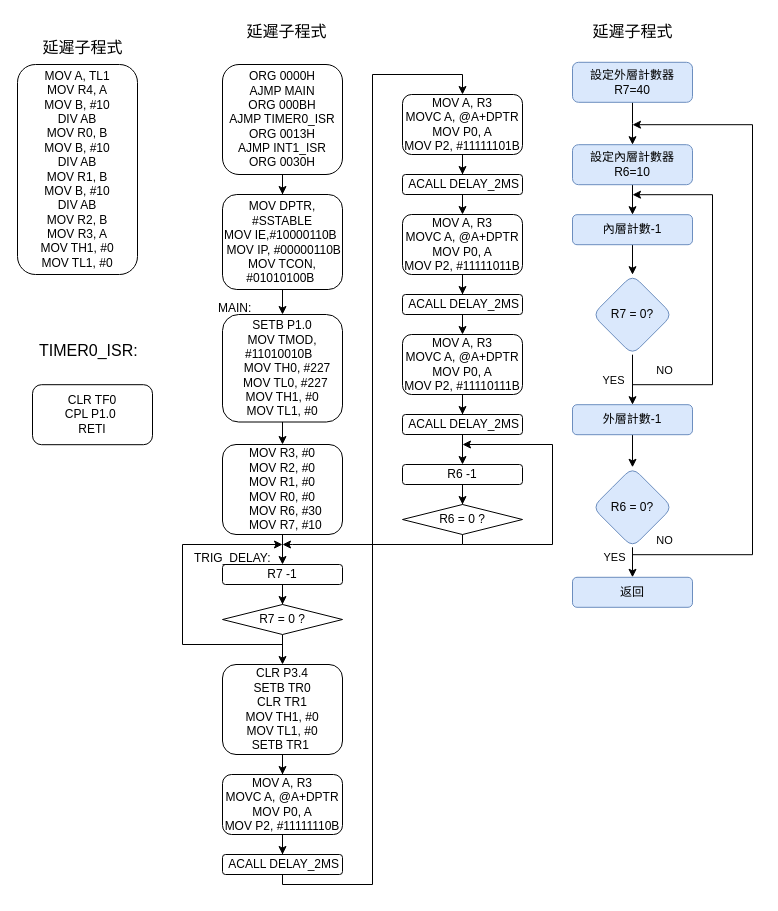
Earlier version of the draw.io diagram page "第 9 页" (9 of 9) of 未命名绘图.drawio (piting1104/se2). Source tidied: cells renumbered, new cells numbered last; positions are measured from the earlier drawing's top-left corner, leaving out a move shared by most shapes. Both pictures are drawn from the tidied source at 100%, with x=0, y=0 at pixel (17, 16).
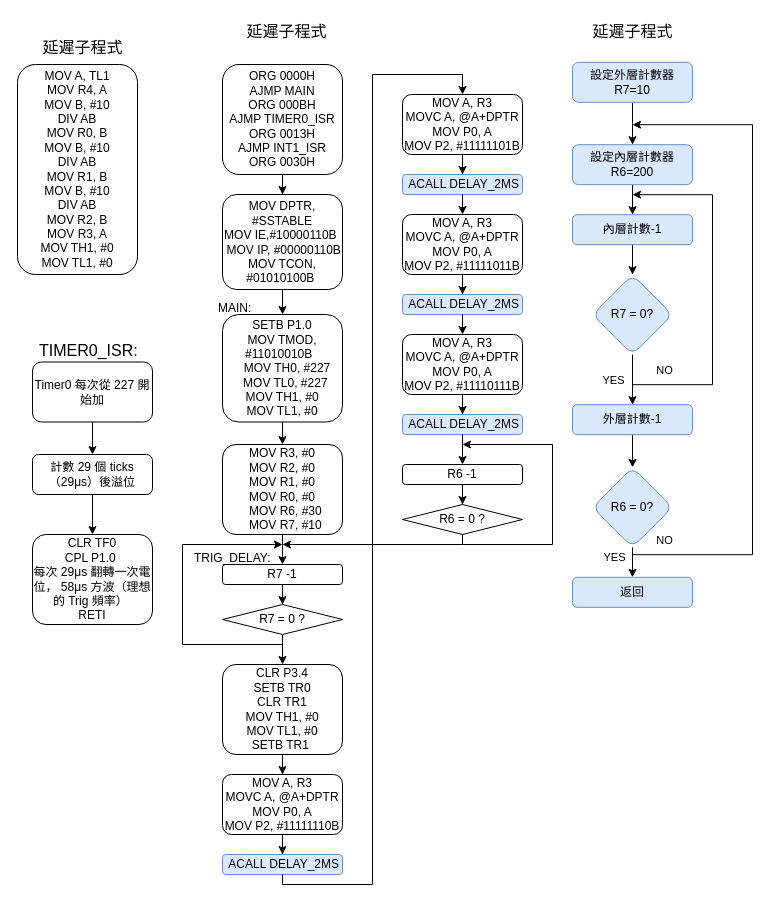
The same diagram, later.

What changed in the source:
```diff
@@
-    <mxCell id="21" value="&amp;nbsp;ACALL DELAY_2MS" style="whiteSpace=wrap;html=1;rounded=1;" parent="1" vertex="1">
+    <mxCell id="21" value="&amp;nbsp;ACALL DELAY_2MS" style="whiteSpace=wrap;html=1;rounded=1;fillColor=#dae8fc;strokeColor=#6c8ebf;" parent="1" vertex="1">
       <mxGeometry x="205" y="838" width="120" height="20" as="geometry" />
     </mxCell>
@@
-    <mxCell id="24" value="&amp;nbsp;ACALL DELAY_2MS" style="whiteSpace=wrap;html=1;rounded=1;" parent="1" vertex="1">
+    <mxCell id="24" value="&amp;nbsp;ACALL DELAY_2MS" style="whiteSpace=wrap;html=1;rounded=1;fillColor=#dae8fc;strokeColor=#6c8ebf;" parent="1" vertex="1">
       <mxGeometry x="385" y="158" width="120" height="20" as="geometry" />
     </mxCell>
@@
-    <mxCell id="28" value="&amp;nbsp;ACALL DELAY_2MS" style="whiteSpace=wrap;html=1;rounded=1;" parent="1" vertex="1">
+    <mxCell id="28" value="&amp;nbsp;ACALL DELAY_2MS" style="whiteSpace=wrap;html=1;rounded=1;fillColor=#dae8fc;strokeColor=#6c8ebf;" parent="1" vertex="1">
       <mxGeometry x="385" y="278" width="120" height="20" as="geometry" />
     </mxCell>
@@
-    <mxCell id="32" value="&amp;nbsp;ACALL DELAY_2MS" style="whiteSpace=wrap;html=1;rounded=1;" parent="1" vertex="1">
+    <mxCell id="32" value="&amp;nbsp;ACALL DELAY_2MS" style="whiteSpace=wrap;html=1;rounded=1;fillColor=#dae8fc;strokeColor=#6c8ebf;" parent="1" vertex="1">
       <mxGeometry x="385" y="398" width="120" height="20" as="geometry" />
     </mxCell>
@@
-    <mxCell id="41" value="&lt;div&gt;CLR TF0&lt;/div&gt;&lt;div&gt;&lt;span style=&quot;background-color: transparent; color: light-dark(rgb(0, 0, 0), rgb(255, 255, 255));&quot;&gt;CPL P1.0&amp;nbsp;&lt;/span&gt;&lt;/div&gt;&lt;div&gt;&lt;span style=&quot;background-color: transparent; color: light-dark(rgb(0, 0, 0), rgb(255, 255, 255));&quot;&gt;RETI&lt;/span&gt;&lt;/div&gt;" style="rounded=1;whiteSpace=wrap;html=1;" parent="1" vertex="1">
-      <mxGeometry x="15" y="368.2" width="120" height="60" as="geometry" />
+    <mxCell id="41" value="CLR TF0&lt;div&gt;CPL P1.0&amp;nbsp;&lt;/div&gt;&lt;div&gt;每次 29μs 翻轉一次電位， 58μs 方波（理想的 Trig 頻率）&amp;nbsp;&lt;/div&gt;&lt;div&gt;RETI&lt;/div&gt;" style="rounded=1;whiteSpace=wrap;html=1;" parent="1" vertex="1">
+      <mxGeometry x="15" y="518" width="120" height="90" as="geometry" />
     </mxCell>
@@
-    <mxCell id="44" value="設定內層計數器R6=10" style="rounded=1;whiteSpace=wrap;html=1;fillColor=#dae8fc;strokeColor=#6c8ebf;" parent="1" vertex="1">
+    <mxCell id="44" value="設定內層計數器R6=200" style="rounded=1;whiteSpace=wrap;html=1;fillColor=#dae8fc;strokeColor=#6c8ebf;" parent="1" vertex="1">
       <mxGeometry x="555" y="128.2" width="120" height="40" as="geometry" />
     </mxCell>
@@
-    <mxCell id="54" value="設定外層計數器R7=40" style="rounded=1;whiteSpace=wrap;html=1;fillColor=#dae8fc;strokeColor=#6c8ebf;" parent="1" vertex="1">
+    <mxCell id="54" value="設定外層計數器R7=10" style="rounded=1;whiteSpace=wrap;html=1;fillColor=#dae8fc;strokeColor=#6c8ebf;" parent="1" vertex="1">
       <mxGeometry x="555" y="45.8" width="120" height="40" as="geometry" />
     </mxCell>
@@
+    <mxCell id="65" style="edgeStyle=orthogonalEdgeStyle;rounded=0;jettySize=auto;html=1;" parent="1" edge="1" source="66" target="68">
+      <mxGeometry relative="1" as="geometry" />
+    </mxCell>
+    <mxCell id="66" value="Timer0 每次從 227 開始加" style="rounded=1;whiteSpace=wrap;html=1;" parent="1" vertex="1">
+      <mxGeometry x="15" y="345.5" width="120" height="60" as="geometry" />
+    </mxCell>
+    <mxCell id="67" style="edgeStyle=orthogonalEdgeStyle;rounded=0;jettySize=auto;html=1;" parent="1" edge="1" source="68" target="41">
+      <mxGeometry relative="1" as="geometry" />
+    </mxCell>
+    <mxCell id="68" value="計數 29 個 ticks（29μs）後溢位" style="rounded=1;whiteSpace=wrap;html=1;" parent="1" vertex="1">
+      <mxGeometry x="15" y="438" width="120" height="40" as="geometry" />
+    </mxCell>
```
